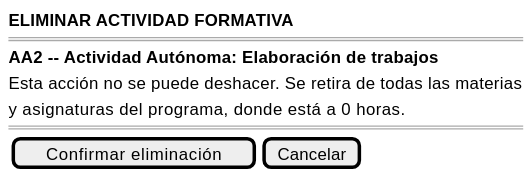
Earlier version of the PlantUML export images/RUP/01-requisitos/03-detalle-casos-uso/eliminarActividadFormativa/wireframe-confirmacion.svg (mmasias/pyCeldaPublico).
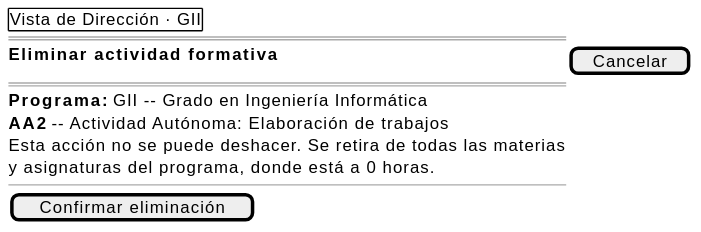
The same diagram one commit later.

Diff of the diagram source:
```diff
@@ -1,12 +1,14 @@
 @startsalt eliminarActividadFormativa-wireframe-confirmacion
 {
-    <b>ELIMINAR ACTIVIDAD FORMATIVA</b>
+    {+ Vista de Dirección · GII }
     ====
-    <b>AA2 -- Actividad Autónoma: Elaboración de trabajos</b>
-
+    <b>Eliminar actividad formativa</b> | [ Cancelar ]
+    ====
+    <b>Programa:</b> GII -- Grado en Ingeniería Informática
+    <b>AA2</b> -- Actividad Autónoma: Elaboración de trabajos
     Esta acción no se puede deshacer. Se retira de todas las materias
     y asignaturas del programa, donde está a 0 horas.
-    ====
-    {[Confirmar eliminación] | [Cancelar]}
+    --
+    [Confirmar eliminación]
 }
 @endsalt
```
